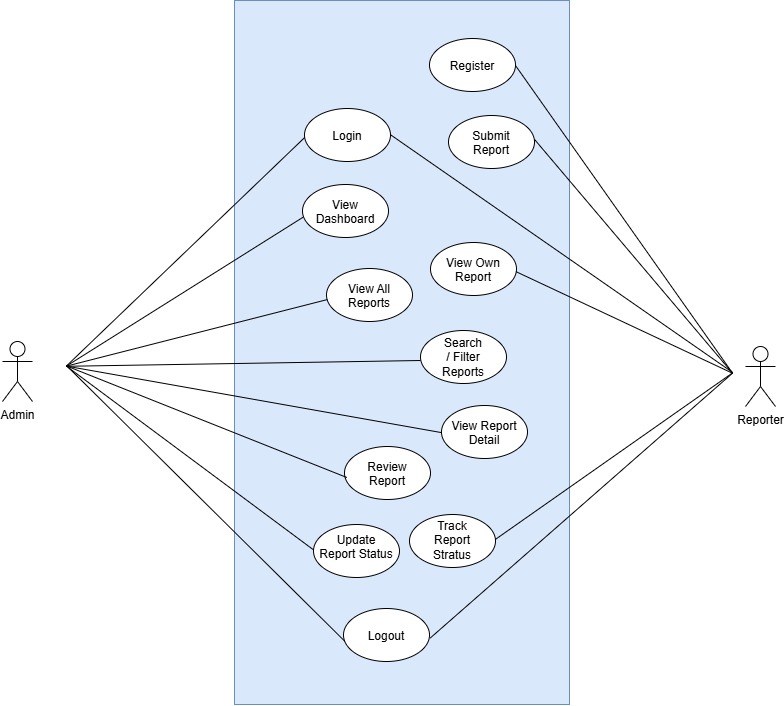
The draw.io diagram docs/diagrams/use-case.png in lifzip/nura, before a commit. Source tidied: cells renumbered, new cells last; positions are measured from the earlier drawing's top-left corner, leaving out a move shared by most shapes.
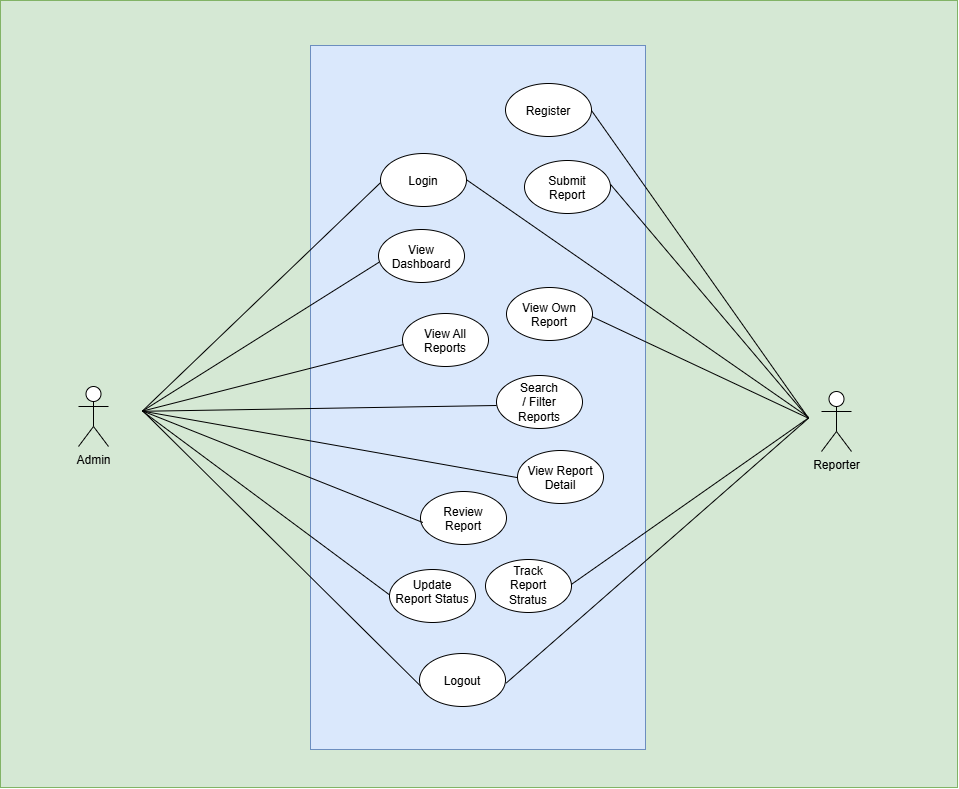
Later version of the same file.

What changed in the source:
```diff
@@ -2,6 +2,9 @@
   <root>
     <mxCell id="0" />
     <mxCell id="1" parent="0" />
+    <mxCell id="31" style="rounded=0;whiteSpace=wrap;html=1;fillColor=#d5e8d4;strokeColor=#82b366;" parent="1" vertex="1">
+      <mxGeometry x="-78" y="-45" width="957" height="787" as="geometry" />
+    </mxCell>
     <mxCell id="2" style="rounded=0;whiteSpace=wrap;html=1;fillColor=#dae8fc;strokeColor=#6c8ebf;" parent="1" vertex="1">
       <mxGeometry x="232" width="335" height="704" as="geometry" />
     </mxCell>
```
